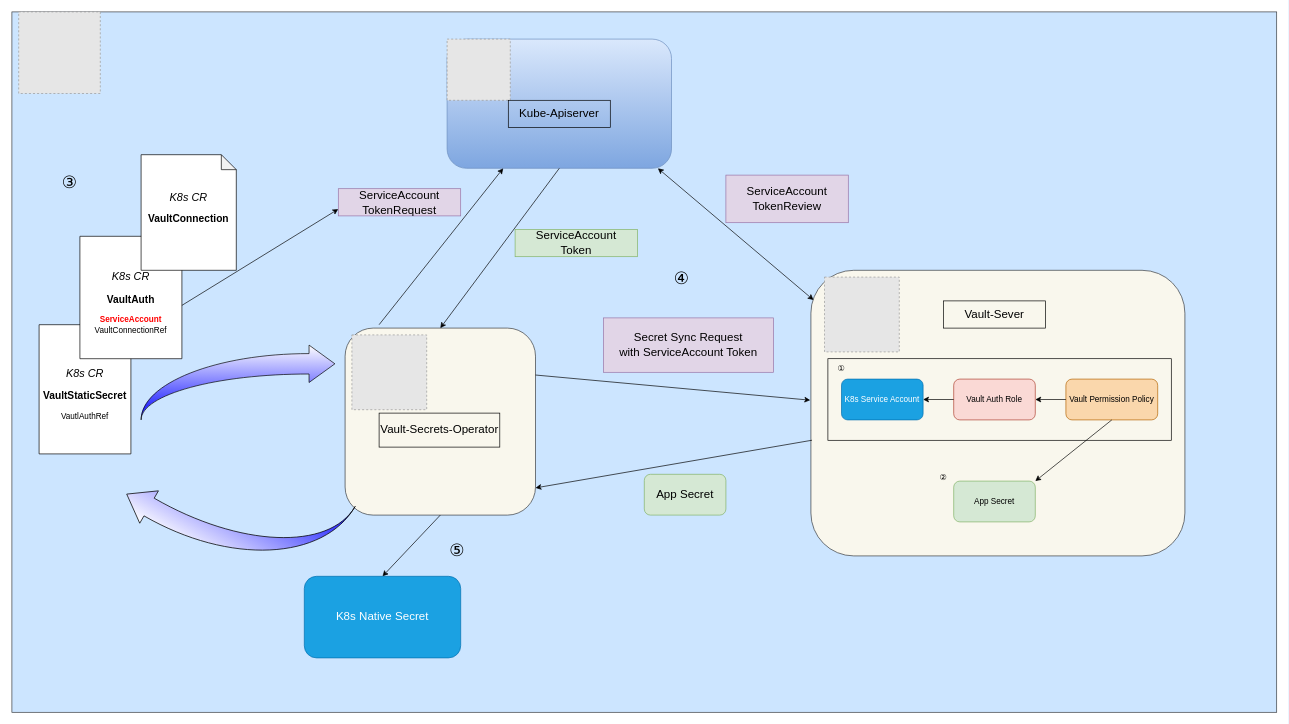
YanshanSong/draw.io keeps this draw.io diagram as page "workflow-and-mechanism" (3 of 3) of vault-secrets-operator-poc.drawio. Above is the earlier version. Source tidied: cells renumbered, new cells numbered last; positions are measured from the earlier drawing's top-left corner, leaving out a move shared by most shapes. Both pictures are drawn from the tidied source at 68%, with x=0, y=0 at pixel (12, 12). Pictures stored in the file or linked from it are replaced by grey dashed boxes.
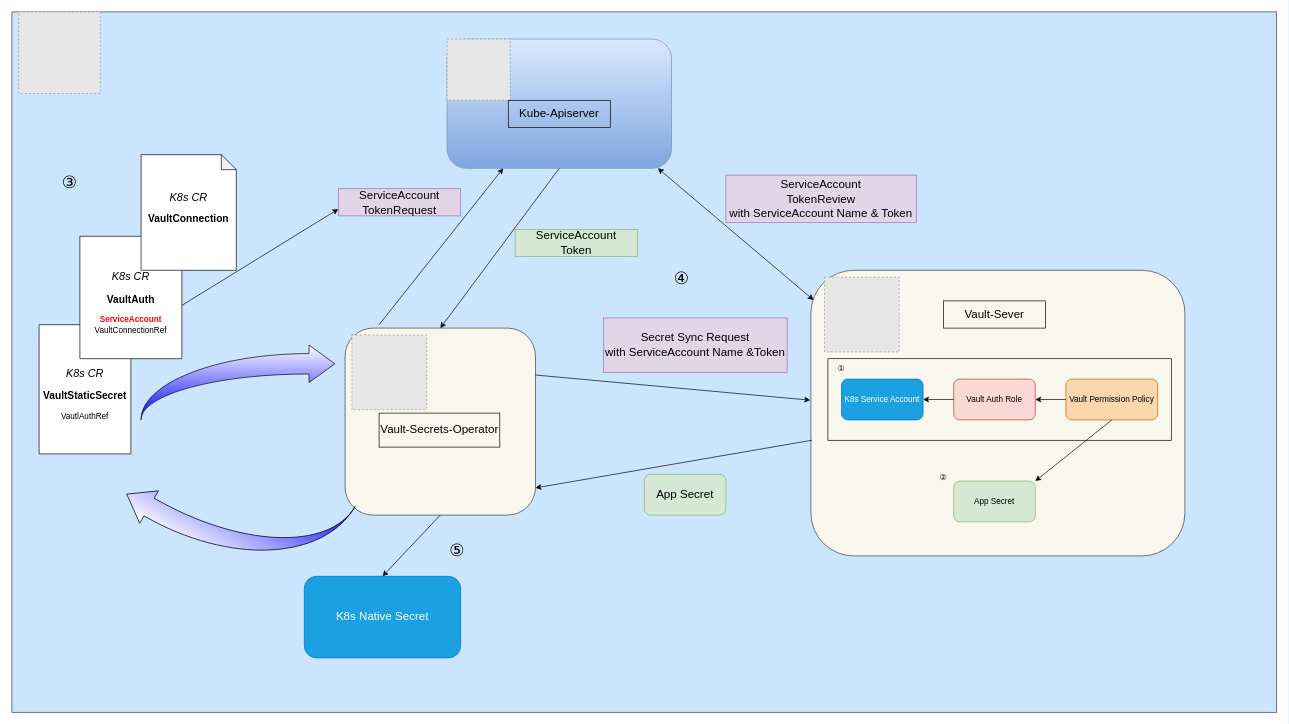
The same page after the edit.

The edit, as a diff of the source:
```diff
@@
-    <mxCell id="33" value="&lt;font style=&quot;font-size: 17px;&quot;&gt;Secret Sync Request&lt;br style=&quot;&quot;&gt;with ServiceAccount Token&lt;/font&gt;" style="text;html=1;align=center;verticalAlign=middle;whiteSpace=wrap;rounded=0;fontFamily=Helvetica;fontSize=18;strokeColor=#9673a6;strokeWidth=1;fillColor=#e1d5e7;" parent="1" vertex="1">
-      <mxGeometry x="870" y="450" width="250" height="80" as="geometry" />
+    <mxCell id="33" value="&lt;font style=&quot;font-size: 17px;&quot;&gt;Secret Sync Request&lt;br style=&quot;&quot;&gt;with ServiceAccount Name &amp;amp;Token&lt;/font&gt;" style="text;html=1;align=center;verticalAlign=middle;whiteSpace=wrap;rounded=0;fontFamily=Helvetica;fontSize=18;strokeColor=#9673a6;strokeWidth=1;fillColor=#e1d5e7;" parent="1" vertex="1">
+      <mxGeometry x="870" y="450" width="270" height="80" as="geometry" />
     </mxCell>
@@
-    <mxCell id="39" value="&lt;font style=&quot;font-size: 17px;&quot;&gt;ServiceAccount&lt;br style=&quot;&quot;&gt;TokenReview&lt;/font&gt;" style="text;html=1;align=center;verticalAlign=middle;whiteSpace=wrap;rounded=0;fontFamily=Helvetica;fontSize=18;strokeColor=#9673a6;strokeWidth=1;fillColor=#e1d5e7;" parent="1" vertex="1">
-      <mxGeometry x="1050" y="240" width="180" height="70" as="geometry" />
+    <mxCell id="39" value="&lt;font style=&quot;font-size: 17px;&quot;&gt;ServiceAccount&lt;br style=&quot;&quot;&gt;TokenReview&lt;/font&gt;&lt;div&gt;&lt;span style=&quot;font-size: 17px;&quot;&gt;with ServiceAccount Name &amp;amp; Token&lt;/span&gt;&lt;/div&gt;" style="text;html=1;align=center;verticalAlign=middle;whiteSpace=wrap;rounded=0;fontFamily=Helvetica;fontSize=18;strokeColor=#9673a6;strokeWidth=1;fillColor=#e1d5e7;" parent="1" vertex="1">
+      <mxGeometry x="1050" y="240" width="280" height="70" as="geometry" />
     </mxCell>
```
